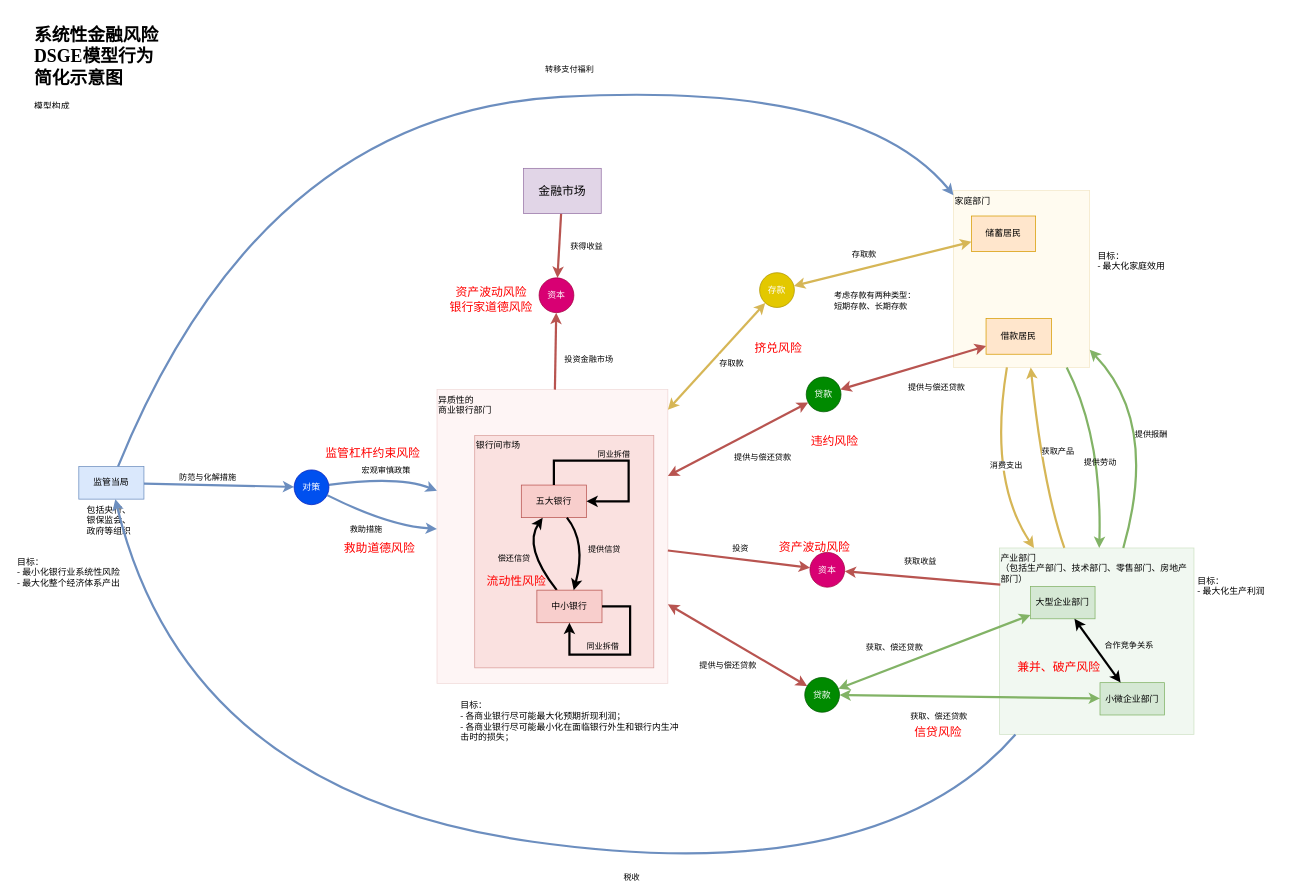
The draw.io diagram page "系统性金融风险DSGE模型行为简化示意图" (1 of 9) of Models/模型框架示意图/系统性金融风险建模.drawio in ComplexScienceLab/SystemicRiskSimulator, before the edit. Source tidied: cells renumbered, new cells numbered last; positions are measured from the earlier drawing's top-left corner, leaving out a move shared by most shapes. Both pictures are drawn from the tidied source at 74%, with x=0, y=0 at pixel (16, 20).
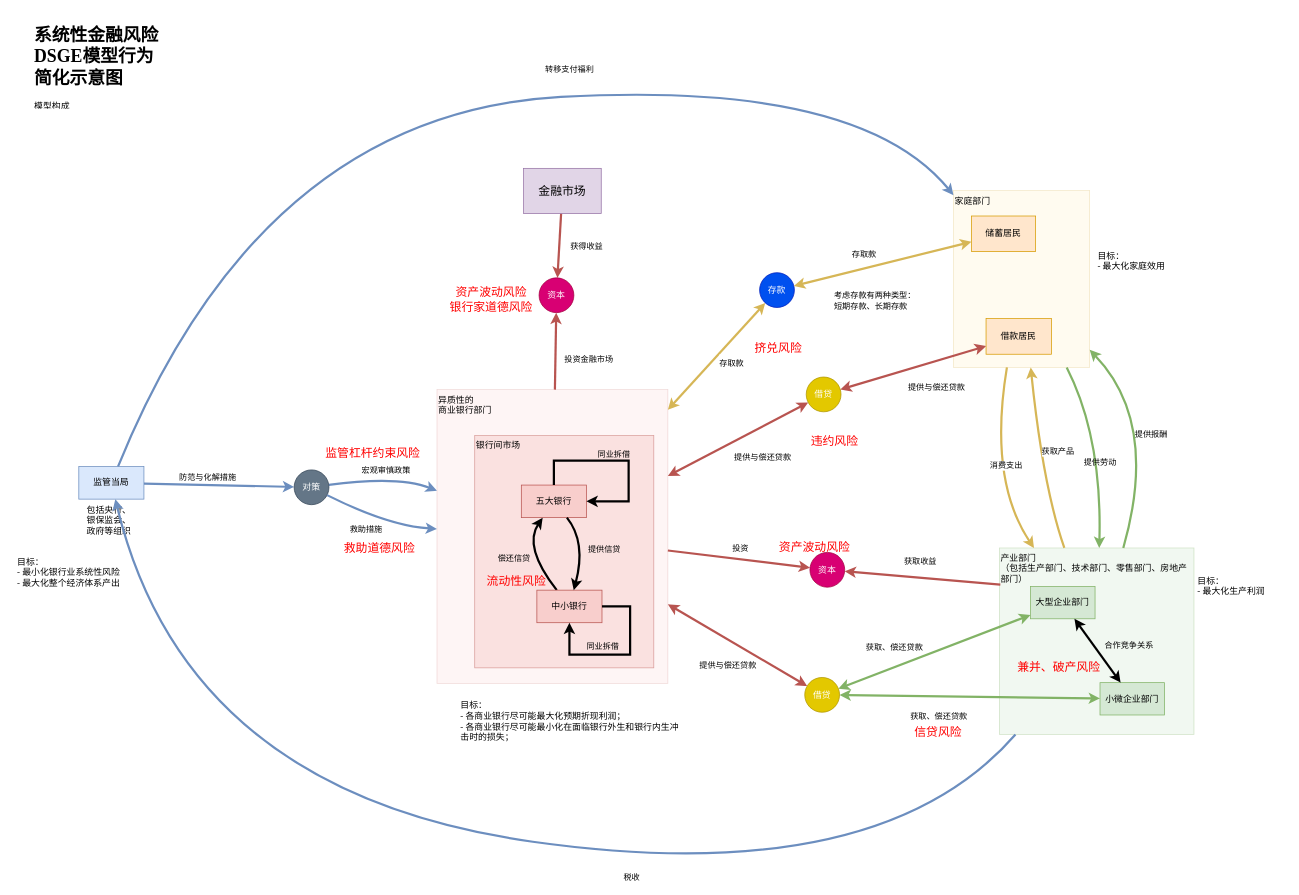
The same page after the edit.

The edit, as a diff of the source:
```diff
@@
-    <mxCell id="66" value="&lt;font&gt;贷款&lt;/font&gt;" style="ellipse;whiteSpace=wrap;html=1;labelBackgroundColor=none;align=center;fillColor=#008a00;strokeColor=#005700;verticalAlign=middle;fontColor=#FFFFFF;fontFamily=Times New Roman;" parent="8" vertex="1">
+    <mxCell id="66" value="借贷" style="ellipse;whiteSpace=wrap;html=1;labelBackgroundColor=none;align=center;fillColor=#e3c800;strokeColor=#B09500;verticalAlign=middle;fontColor=#ffffff;fontFamily=Times New Roman;" parent="8" vertex="1">
       <mxGeometry x="1066" y="888" width="47" height="47" as="geometry" />
     </mxCell>
@@
-    <mxCell id="68" value="&lt;font&gt;存款&lt;/font&gt;" style="ellipse;whiteSpace=wrap;html=1;labelBackgroundColor=none;align=center;fillColor=#e3c800;strokeColor=#B09500;verticalAlign=middle;fontColor=#ffffff;fontFamily=Times New Roman;" parent="8" vertex="1">
+    <mxCell id="68" value="&lt;font&gt;存款&lt;/font&gt;" style="ellipse;whiteSpace=wrap;html=1;labelBackgroundColor=none;align=center;fillColor=#0050ef;strokeColor=#001DBC;verticalAlign=middle;fontColor=#ffffff;fontFamily=Times New Roman;" parent="8" vertex="1">
       <mxGeometry x="1005" y="341" width="47" height="47" as="geometry" />
     </mxCell>
@@
-    <mxCell id="72" value="&lt;font&gt;贷款&lt;/font&gt;" style="ellipse;whiteSpace=wrap;html=1;labelBackgroundColor=none;align=center;fillColor=#008a00;strokeColor=#005700;verticalAlign=middle;fontColor=#FFFFFF;fontFamily=Times New Roman;" parent="8" vertex="1">
+    <mxCell id="72" value="借贷" style="ellipse;whiteSpace=wrap;html=1;labelBackgroundColor=none;align=center;fillColor=#e3c800;strokeColor=#B09500;verticalAlign=middle;fontColor=#ffffff;fontFamily=Times New Roman;" parent="8" vertex="1">
       <mxGeometry x="1068" y="482" width="47" height="47" as="geometry" />
     </mxCell>
@@
-    <mxCell id="83" value="&lt;font&gt;对策&lt;/font&gt;" style="ellipse;whiteSpace=wrap;html=1;labelBackgroundColor=none;align=center;fillColor=#0050ef;strokeColor=#001DBC;verticalAlign=middle;fontColor=#ffffff;fontFamily=Times New Roman;" parent="8" vertex="1">
+    <mxCell id="83" value="&lt;font&gt;对策&lt;/font&gt;" style="ellipse;whiteSpace=wrap;html=1;labelBackgroundColor=none;align=center;verticalAlign=middle;fontFamily=Times New Roman;fillColor=#647687;strokeColor=#314354;fontColor=#ffffff;" parent="8" vertex="1">
       <mxGeometry x="376" y="607.5" width="47" height="47" as="geometry" />
     </mxCell>
```
